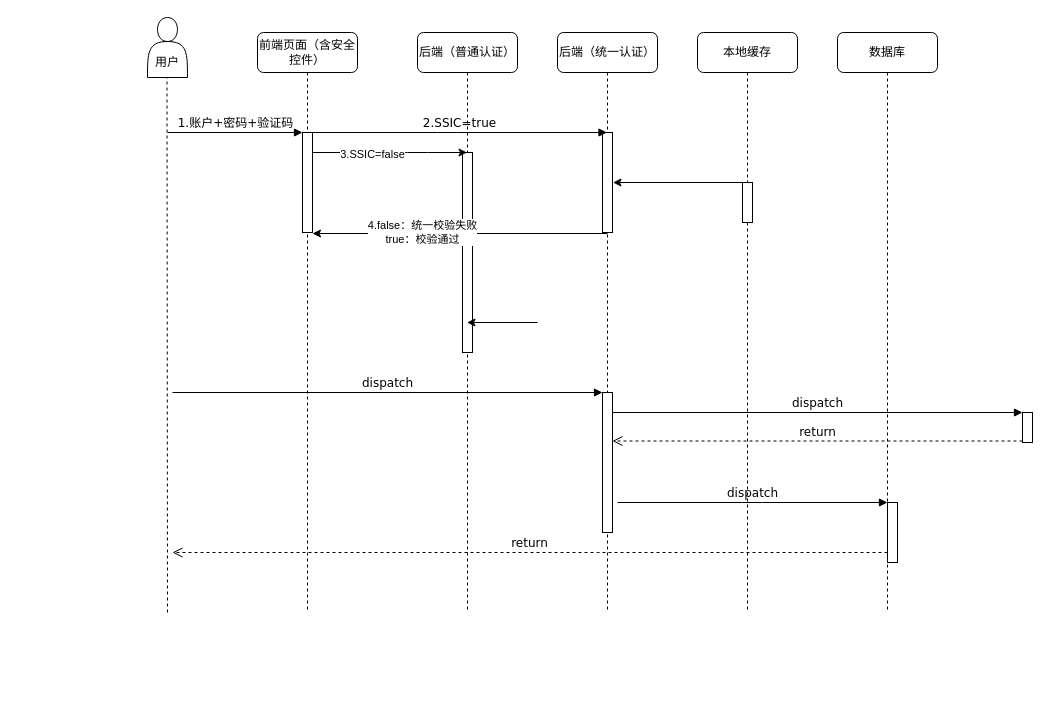
This is Untitled Diagram.drawio from qianxiaomai0316/TortoiseGitTest, a draw.io file, before an edit. Source tidied: cells renumbered, new cells numbered last; positions are measured from the earlier drawing's top-left corner, leaving out a move shared by most shapes. Both pictures are drawn from the tidied source at 100%, with x=0, y=0 at pixel (147, 17).
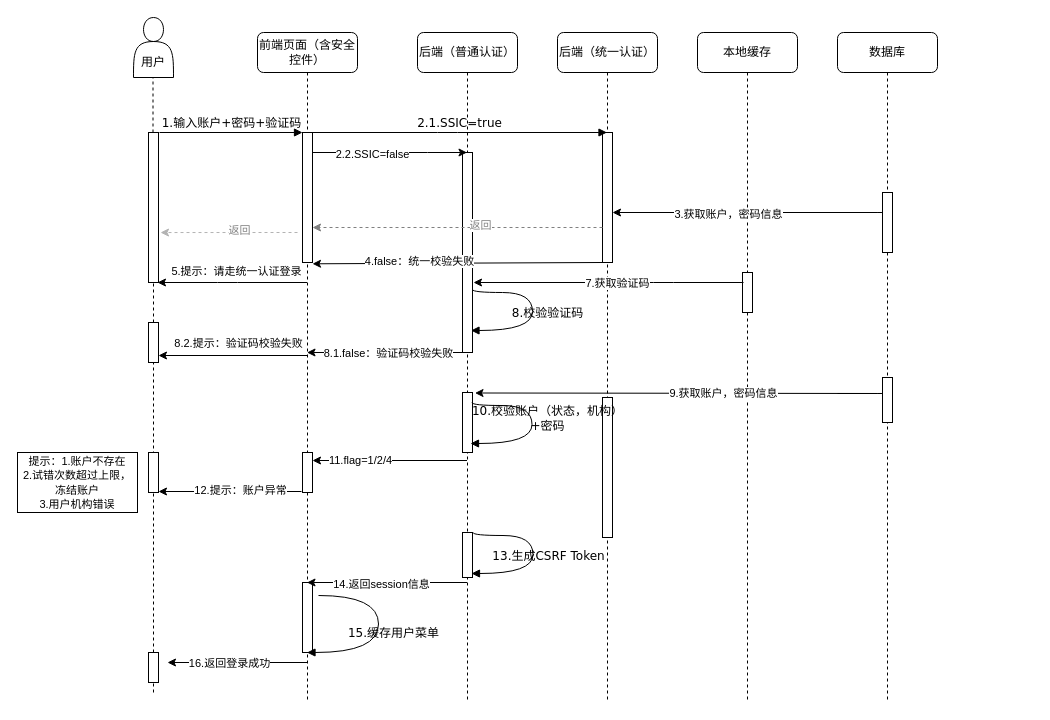
After the change.

Unchanged cells that the change refers to:
```xml
<mxCell id="5" style="html=1;points=[];perimeter=orthogonalPerimeter;rounded=0;shadow=0;comic=0;labelBackgroundColor=none;strokeWidth=1;fontFamily=Verdana;fontSize=12;align=center;" parent="4" vertex="1">
  <mxGeometry x="45" y="120" width="10" height="200" as="geometry" />
</mxCell>
<mxCell id="23" style="endArrow=classic;html=1;strokeColor=#000000;" parent="1" edge="1" source="3" target="4">
  <mxGeometry relative="1" as="geometry">
    <Array as="points">
      <mxPoint x="240" y="135" />
      <mxPoint x="270" y="135" />
    </Array>
  </mxGeometry>
</mxCell>
```

The edit, as a diff of the source:
```diff
@@
     <mxCell id="2" value="前端页面（含安全控件）" style="shape=umlLifeline;perimeter=lifelinePerimeter;whiteSpace=wrap;html=1;outlineConnect=0;rounded=1;shadow=0;comic=0;labelBackgroundColor=none;strokeWidth=1;fontFamily=Verdana;fontSize=12;align=center;" parent="1" vertex="1">
-      <mxGeometry x="110" y="15" width="100" height="580" as="geometry" />
+      <mxGeometry x="110" y="15" width="100" height="670" as="geometry" />
     </mxCell>
     <mxCell id="3" style="html=1;points=[];perimeter=orthogonalPerimeter;rounded=0;shadow=0;comic=0;labelBackgroundColor=none;strokeWidth=1;fontFamily=Verdana;fontSize=12;align=center;" parent="2" vertex="1">
-      <mxGeometry x="45" y="100" width="10" height="100" as="geometry" />
+      <mxGeometry x="45" y="100" width="10" height="130" as="geometry" />
     </mxCell>
+    <mxCell id="29" style="html=1;points=[];perimeter=orthogonalPerimeter;rounded=0;shadow=0;comic=0;labelBackgroundColor=none;strokeWidth=1;fontFamily=Verdana;fontSize=12;align=center;" parent="2" vertex="1">
+      <mxGeometry x="45" y="420" width="10" height="40" as="geometry" />
+    </mxCell>
+    <mxCell id="30" style="html=1;perimeter=orthogonalPerimeter;rounded=0;shadow=0;comic=0;labelBackgroundColor=none;strokeWidth=1;fontFamily=Verdana;fontSize=12;align=center;" parent="2" vertex="1">
+      <mxGeometry x="45" y="550" width="10" height="70" as="geometry" />
+    </mxCell>
     <mxCell id="4" value="后端（普通认证）" style="shape=umlLifeline;perimeter=lifelinePerimeter;whiteSpace=wrap;html=1;outlineConnect=0;rounded=1;shadow=0;comic=0;labelBackgroundColor=none;strokeWidth=1;fontFamily=Verdana;fontSize=12;align=center;" parent="1" vertex="1">
-      <mxGeometry x="270" y="15" width="100" height="580" as="geometry" />
+      <mxGeometry x="270" y="15" width="100" height="670" as="geometry" />
     </mxCell>
@@
+    <mxCell id="31" style="html=1;perimeter=orthogonalPerimeter;rounded=0;shadow=0;comic=0;labelBackgroundColor=none;strokeWidth=1;fontFamily=Verdana;fontSize=12;align=center;" parent="4" vertex="1">
+      <mxGeometry x="45" y="360" width="10" height="60" as="geometry" />
+    </mxCell>
+    <mxCell id="32" style="html=1;perimeter=orthogonalPerimeter;rounded=0;shadow=0;comic=0;labelBackgroundColor=none;strokeWidth=1;fontFamily=Verdana;fontSize=12;align=center;" parent="4" vertex="1">
+      <mxGeometry x="45" y="500" width="10" height="45" as="geometry" />
+    </mxCell>
     <mxCell id="6" value="后端（统一认证）" style="shape=umlLifeline;perimeter=lifelinePerimeter;whiteSpace=wrap;html=1;outlineConnect=0;rounded=1;shadow=0;comic=0;labelBackgroundColor=none;strokeWidth=1;fontFamily=Verdana;fontSize=12;align=center;" parent="1" vertex="1">
-      <mxGeometry x="410" y="15" width="100" height="580" as="geometry" />
+      <mxGeometry x="410" y="15" width="100" height="670" as="geometry" />
     </mxCell>
     <mxCell id="7" style="html=1;points=[];perimeter=orthogonalPerimeter;rounded=0;shadow=0;comic=0;labelBackgroundColor=none;strokeWidth=1;fontFamily=Verdana;fontSize=12;align=center;" parent="6" vertex="1">
-      <mxGeometry x="45" y="100" width="10" height="100" as="geometry" />
+      <mxGeometry x="45" y="100" width="10" height="130" as="geometry" />
     </mxCell>
     <mxCell id="8" value="本地缓存" style="shape=umlLifeline;perimeter=lifelinePerimeter;whiteSpace=wrap;html=1;rounded=1;shadow=0;comic=0;labelBackgroundColor=none;strokeWidth=1;fontFamily=Verdana;fontSize=12;align=center;" parent="1" vertex="1">
-      <mxGeometry x="550" y="15" width="100" height="580" as="geometry" />
+      <mxGeometry x="550" y="15" width="100" height="670" as="geometry" />
     </mxCell>
+    <mxCell id="10" style="html=1;perimeter=orthogonalPerimeter;rounded=0;shadow=0;comic=0;labelBackgroundColor=none;strokeWidth=1;fontFamily=Verdana;fontSize=12;align=center;" parent="8" vertex="1">
+      <mxGeometry x="45" y="240" width="10" height="40" as="geometry" />
+    </mxCell>
     <mxCell id="9" value="数据库" style="shape=umlLifeline;perimeter=lifelinePerimeter;whiteSpace=wrap;html=1;rounded=1;shadow=0;comic=0;labelBackgroundColor=none;strokeWidth=1;fontFamily=Verdana;fontSize=12;align=center;" parent="1" vertex="1">
-      <mxGeometry x="690" y="15" width="100" height="580" as="geometry" />
+      <mxGeometry x="690" y="15" width="100" height="670" as="geometry" />
     </mxCell>
-    <mxCell id="10" style="html=1;perimeter=orthogonalPerimeter;rounded=0;shadow=0;comic=0;labelBackgroundColor=none;strokeWidth=1;fontFamily=Verdana;fontSize=12;align=center;" parent="1" vertex="1">
-      <mxGeometry x="595" y="165" width="10" height="40" as="geometry" />
-    </mxCell>
+    <mxCell id="33" style="html=1;perimeter=orthogonalPerimeter;rounded=0;shadow=0;comic=0;labelBackgroundColor=none;strokeWidth=1;fontFamily=Verdana;fontSize=12;align=center;" parent="9" vertex="1">
+      <mxGeometry x="45" y="160" width="10" height="60" as="geometry" />
+    </mxCell>
+    <mxCell id="34" style="html=1;perimeter=orthogonalPerimeter;rounded=0;shadow=0;comic=0;labelBackgroundColor=none;strokeWidth=1;fontFamily=Verdana;fontSize=12;align=center;" parent="9" vertex="1">
+      <mxGeometry x="45" y="345" width="10" height="45" as="geometry" />
+    </mxCell>
     <mxCell id="11" style="html=1;points=[];perimeter=orthogonalPerimeter;rounded=0;shadow=0;comic=0;labelBackgroundColor=none;strokeWidth=1;fontFamily=Verdana;fontSize=12;align=center;" parent="1" vertex="1">
-      <mxGeometry x="455" y="375" width="10" height="140" as="geometry" />
+      <mxGeometry x="455" y="380" width="10" height="140" as="geometry" />
     </mxCell>
-    <mxCell id="12" value="dispatch" style="html=1;verticalAlign=bottom;endArrow=block;entryX=0;entryY=0;labelBackgroundColor=none;fontFamily=Verdana;fontSize=12;" parent="1" edge="1" target="11">
-      <mxGeometry relative="1" as="geometry">
-        <mxPoint x="25" y="375" as="sourcePoint" />
-      </mxGeometry>
-    </mxCell>
-    <mxCell id="13" style="html=1;points=[];perimeter=orthogonalPerimeter;rounded=0;shadow=0;comic=0;labelBackgroundColor=none;strokeColor=#000000;strokeWidth=1;fillColor=#FFFFFF;fontFamily=Verdana;fontSize=12;fontColor=#000000;align=center;" parent="1" vertex="1">
-      <mxGeometry x="875" y="395" width="10" height="30" as="geometry" />
-    </mxCell>
-    <mxCell id="14" value="dispatch" style="html=1;verticalAlign=bottom;endArrow=block;entryX=0;entryY=0;labelBackgroundColor=none;fontFamily=Verdana;fontSize=12;" parent="1" edge="1" source="11" target="13">
-      <mxGeometry relative="1" as="geometry" />
-    </mxCell>
-    <mxCell id="15" value="return" style="html=1;verticalAlign=bottom;endArrow=open;dashed=1;endSize=8;exitX=0;exitY=0.95;labelBackgroundColor=none;fontFamily=Verdana;fontSize=12;" parent="1" edge="1" source="13" target="11">
-      <mxGeometry relative="1" as="geometry" />
-    </mxCell>
-    <mxCell id="16" style="html=1;points=[];perimeter=orthogonalPerimeter;rounded=0;shadow=0;comic=0;labelBackgroundColor=none;strokeWidth=1;fontFamily=Verdana;fontSize=12;align=center;" parent="1" vertex="1">
-      <mxGeometry x="740" y="485" width="10" height="60" as="geometry" />
-    </mxCell>
-    <mxCell id="17" value="dispatch" style="html=1;verticalAlign=bottom;endArrow=block;entryX=0;entryY=0;labelBackgroundColor=none;fontFamily=Verdana;fontSize=12;edgeStyle=elbowEdgeStyle;elbow=vertical;" parent="1" edge="1" target="16">
-      <mxGeometry relative="1" as="geometry">
-        <mxPoint x="470" y="485" as="sourcePoint" />
-      </mxGeometry>
-    </mxCell>
-    <mxCell id="18" value="return" style="html=1;verticalAlign=bottom;endArrow=open;dashed=1;endSize=8;labelBackgroundColor=none;fontFamily=Verdana;fontSize=12;edgeStyle=elbowEdgeStyle;elbow=vertical;" parent="1" edge="1" source="16">
-      <mxGeometry relative="1" as="geometry">
-        <mxPoint x="25" y="535" as="targetPoint" />
-        <Array as="points">
-          <mxPoint x="440" y="535" />
-        </Array>
-      </mxGeometry>
-    </mxCell>
-    <mxCell id="19" value="1.账户+密码+验证码" style="html=1;verticalAlign=bottom;endArrow=block;entryX=0;entryY=0;labelBackgroundColor=none;fontFamily=Verdana;fontSize=12;edgeStyle=elbowEdgeStyle;elbow=vertical;" parent="1" edge="1" target="3">
-      <mxGeometry relative="1" as="geometry">
-        <mxPoint x="20" y="115" as="sourcePoint" />
-      </mxGeometry>
+    <mxCell id="19" value="1.输入账户+密码+验证码" style="html=1;verticalAlign=bottom;endArrow=block;entryX=0;entryY=0;labelBackgroundColor=none;fontFamily=Verdana;fontSize=12;edgeStyle=elbowEdgeStyle;elbow=vertical;exitX=1.1;exitY=0;exitDx=0;exitDy=0;exitPerimeter=0;" parent="1" edge="1" source="38" target="3">
+      <mxGeometry relative="1" as="geometry" />
     </mxCell>
-    <mxCell id="20" value="2.SSIC=true" style="html=1;verticalAlign=bottom;endArrow=block;labelBackgroundColor=none;fontFamily=Verdana;fontSize=12;edgeStyle=elbowEdgeStyle;elbow=vertical;" parent="1" edge="1" source="3" target="6">
+    <mxCell id="20" value="2.1.SSIC=true" style="html=1;verticalAlign=bottom;endArrow=block;labelBackgroundColor=none;fontFamily=Verdana;fontSize=12;edgeStyle=elbowEdgeStyle;elbow=vertical;" parent="1" edge="1" source="3" target="6">
       <mxGeometry relative="1" as="geometry">
         <Array as="points">
           <mxPoint x="300" y="115" />
           <mxPoint x="430" y="115" />
         </Array>
       </mxGeometry>
     </mxCell>
     <mxCell id="21" value="&lt;br&gt;&lt;br&gt;用户" style="shape=actor;whiteSpace=wrap;html=1;" parent="1" vertex="1">
-      <mxGeometry width="40" height="60" as="geometry" />
+      <mxGeometry x="-14" width="40" height="60" as="geometry" />
     </mxCell>
-    <mxCell id="22" style="endArrow=none;dashed=1;html=1;" parent="1" edge="1">
+    <mxCell id="22" style="endArrow=none;dashed=1;html=1;" parent="1" edge="1" source="38">
       <mxGeometry relative="1" as="geometry">
-        <mxPoint x="20" y="595" as="sourcePoint" />
-        <mxPoint x="19.5" y="60" as="targetPoint" />
+        <mxPoint x="5.5" y="60" as="targetPoint" />
       </mxGeometry>
     </mxCell>
@@
-    <mxCell id="24" value="3.SSIC=false" style="edgeLabel;html=1;align=center;verticalAlign=middle;" parent="23" vertex="1">
+    <mxCell id="24" value="2.2.SSIC=false" style="edgeLabel;html=1;align=center;verticalAlign=middle;" parent="23" vertex="1">
       <mxGeometry x="-0.24" y="-1" relative="1" as="geometry" />
     </mxCell>
-    <mxCell id="25" style="endArrow=classic;html=1;strokeColor=#000000;entryX=1;entryY=1.01;entryDx=0;entryDy=0;entryPerimeter=0;" parent="1" edge="1" target="3">
-      <mxGeometry relative="1" as="geometry">
-        <mxPoint x="460" y="216" as="sourcePoint" />
-      </mxGeometry>
+    <mxCell id="25" style="endArrow=classic;html=1;strokeColor=#000000;entryX=1;entryY=1.01;entryDx=0;entryDy=0;entryPerimeter=0;" parent="1" edge="1" source="7" target="3">
+      <mxGeometry relative="1" as="geometry" />
     </mxCell>
-    <mxCell id="26" value="4.false：统一校验失败&lt;br&gt;true：校验通过" style="edgeLabel;html=1;align=center;verticalAlign=middle;" parent="25" vertex="1">
+    <mxCell id="26" value="4.false：统一校验失败" style="edgeLabel;html=1;align=center;verticalAlign=middle;" parent="25" vertex="1">
       <mxGeometry x="0.26" y="-2" relative="1" as="geometry" />
     </mxCell>
-    <mxCell id="27" style="endArrow=classic;html=1;strokeColor=#000000;" parent="1" edge="1">
-      <mxGeometry relative="1" as="geometry">
-        <mxPoint x="595" y="165" as="sourcePoint" />
-        <mxPoint x="465.5" y="165" as="targetPoint" />
-        <Array as="points">
-          <mxPoint x="555.5" y="165" />
-          <mxPoint x="525.5" y="165" />
-        </Array>
-      </mxGeometry>
-    </mxCell>
-    <mxCell id="28" style="endArrow=classic;html=1;strokeColor=#000000;" parent="1" edge="1" target="4">
+    <mxCell id="28" style="endArrow=classic;html=1;strokeColor=#000000;" parent="1" edge="1">
       <mxGeometry relative="1" as="geometry">
-        <mxPoint x="390" y="305" as="sourcePoint" />
+        <mxPoint x="675" y="195" as="sourcePoint" />
+        <mxPoint x="465" y="195" as="targetPoint" />
+        <Array as="points">
+          <mxPoint x="740" y="195" />
+        </Array>
       </mxGeometry>
     </mxCell>
+    <mxCell id="35" value="3.获取账户，密码信息" style="edgeLabel;html=1;align=center;verticalAlign=middle;" parent="28" vertex="1">
+      <mxGeometry x="0.48" y="1" relative="1" as="geometry">
+        <mxPoint x="27" as="offset" />
+      </mxGeometry>
+    </mxCell>
+    <mxCell id="36" style="endArrow=classic;html=1;strokeColor=#000000;" parent="1" edge="1" source="2">
+      <mxGeometry relative="1" as="geometry">
+        <mxPoint x="10" y="265" as="targetPoint" />
+        <Array as="points">
+          <mxPoint x="80" y="265" />
+        </Array>
+      </mxGeometry>
+    </mxCell>
+    <mxCell id="37" value="5.提示：请走统一认证登录" style="edgeLabel;html=1;align=center;verticalAlign=middle;" parent="36" vertex="1">
+      <mxGeometry x="-0.05" y="2" relative="1" as="geometry">
+        <mxPoint y="-14" as="offset" />
+      </mxGeometry>
+    </mxCell>
+    <mxCell id="38" style="html=1;points=[];perimeter=orthogonalPerimeter;rounded=0;shadow=0;comic=0;labelBackgroundColor=none;strokeWidth=1;fontFamily=Verdana;fontSize=12;align=center;" parent="1" vertex="1">
+      <mxGeometry x="1" y="115" width="10" height="150" as="geometry" />
+    </mxCell>
+    <mxCell id="39" style="endArrow=none;dashed=1;html=1;" parent="1" edge="1" source="47" target="38">
+      <mxGeometry relative="1" as="geometry" />
+    </mxCell>
+    <mxCell id="40" style="endArrow=classic;html=1;strokeColor=#000000;exitX=0.5;exitY=0.25;exitDx=0;exitDy=0;exitPerimeter=0;" parent="1" edge="1">
+      <mxGeometry relative="1" as="geometry">
+        <mxPoint x="596" y="265" as="sourcePoint" />
+        <mxPoint x="326" y="265" as="targetPoint" />
+        <Array as="points">
+          <mxPoint x="516" y="265" />
+        </Array>
+      </mxGeometry>
+    </mxCell>
+    <mxCell id="41" value="7.获取验证码" style="edgeLabel;html=1;align=center;verticalAlign=middle;" parent="40" vertex="1">
+      <mxGeometry x="0.7" y="-1" relative="1" as="geometry">
+        <mxPoint x="103" y="1" as="offset" />
+      </mxGeometry>
+    </mxCell>
+    <mxCell id="42" style="endArrow=classic;html=1;strokeColor=#000000;" parent="1" edge="1">
+      <mxGeometry relative="1" as="geometry">
+        <mxPoint x="690" y="376" as="sourcePoint" />
+        <mxPoint x="327.5" y="375.5" as="targetPoint" />
+        <Array as="points">
+          <mxPoint x="740" y="376" />
+        </Array>
+      </mxGeometry>
+    </mxCell>
+    <mxCell id="43" value="9.获取账户，密码信息" style="edgeLabel;html=1;align=center;verticalAlign=middle;" parent="42" vertex="1">
+      <mxGeometry x="0.48" y="1" relative="1" as="geometry">
+        <mxPoint x="128" y="-1.6" as="offset" />
+      </mxGeometry>
+    </mxCell>
+    <mxCell id="44" value="8.校验验证码" style="html=1;verticalAlign=bottom;endArrow=block;labelBackgroundColor=none;fontFamily=Verdana;fontSize=12;elbow=vertical;edgeStyle=orthogonalEdgeStyle;curved=1;exitX=1;exitY=0.685;exitDx=0;exitDy=0;exitPerimeter=0;" parent="1" edge="1" source="5">
+      <mxGeometry x="0.14" y="15" relative="1" as="geometry">
+        <mxPoint x="323.5" y="313" as="targetPoint" />
+        <Array as="points">
+          <mxPoint x="325" y="275" />
+          <mxPoint x="385" y="275" />
+          <mxPoint x="385" y="313" />
+        </Array>
+      </mxGeometry>
+    </mxCell>
+    <mxCell id="45" style="endArrow=classic;html=1;strokeColor=#000000;exitX=0.3;exitY=0.995;exitDx=0;exitDy=0;exitPerimeter=0;" parent="1" edge="1" target="2">
+      <mxGeometry relative="1" as="geometry">
+        <mxPoint x="318" y="335" as="sourcePoint" />
+      </mxGeometry>
+    </mxCell>
+    <mxCell id="46" value="8.1.false：验证码校验失败" style="edgeLabel;html=1;align=center;verticalAlign=middle;" parent="45" vertex="1">
+      <mxGeometry x="0.6" y="-1" relative="1" as="geometry">
+        <mxPoint x="49" y="1" as="offset" />
+      </mxGeometry>
+    </mxCell>
+    <mxCell id="47" style="html=1;points=[];perimeter=orthogonalPerimeter;rounded=0;shadow=0;comic=0;labelBackgroundColor=none;strokeWidth=1;fontFamily=Verdana;fontSize=12;align=center;" parent="1" vertex="1">
+      <mxGeometry x="1" y="305" width="10" height="40" as="geometry" />
+    </mxCell>
+    <mxCell id="48" style="endArrow=none;dashed=1;html=1;" parent="1" edge="1" source="62" target="47">
+      <mxGeometry relative="1" as="geometry" />
+    </mxCell>
+    <mxCell id="49" style="endArrow=classic;html=1;strokeColor=#000000;entryX=1;entryY=0.825;entryDx=0;entryDy=0;entryPerimeter=0;" parent="1" edge="1" source="2" target="47">
+      <mxGeometry relative="1" as="geometry" />
+    </mxCell>
+    <mxCell id="50" value="8.2.提示：验证码校验失败" style="edgeLabel;html=1;align=center;verticalAlign=middle;" parent="49" vertex="1">
+      <mxGeometry x="0.3" y="1" relative="1" as="geometry">
+        <mxPoint x="27.5" y="-14" as="offset" />
+      </mxGeometry>
+    </mxCell>
+    <mxCell id="51" value="10.校验账户（状态，机构）&lt;br&gt;+密码" style="html=1;verticalAlign=bottom;endArrow=block;labelBackgroundColor=none;fontFamily=Verdana;fontSize=12;elbow=vertical;edgeStyle=orthogonalEdgeStyle;curved=1;exitX=1;exitY=0.685;exitDx=0;exitDy=0;exitPerimeter=0;" parent="1" edge="1">
+      <mxGeometry x="0.14" y="15" relative="1" as="geometry">
+        <mxPoint x="324.5" y="385" as="sourcePoint" />
+        <mxPoint x="323" y="426" as="targetPoint" />
+        <Array as="points">
+          <mxPoint x="324.5" y="388" />
+          <mxPoint x="384.5" y="388" />
+          <mxPoint x="384.5" y="426" />
+        </Array>
+      </mxGeometry>
+    </mxCell>
+    <mxCell id="52" style="endArrow=classic;html=1;strokeColor=#000000;" parent="1" edge="1" source="4">
+      <mxGeometry relative="1" as="geometry">
+        <mxPoint x="165" y="443" as="targetPoint" />
+      </mxGeometry>
+    </mxCell>
+    <mxCell id="53" value="11.flag=1/2/4" style="edgeLabel;html=1;align=center;verticalAlign=middle;" parent="52" vertex="1">
+      <mxGeometry x="0.38" y="-1" relative="1" as="geometry" />
+    </mxCell>
+    <mxCell id="54" style="html=1;points=[];perimeter=orthogonalPerimeter;rounded=0;shadow=0;comic=0;labelBackgroundColor=none;strokeWidth=1;fontFamily=Verdana;fontSize=12;align=center;" parent="1" vertex="1">
+      <mxGeometry x="1" y="435" width="10" height="40" as="geometry" />
+    </mxCell>
+    <mxCell id="55" style="endArrow=classic;html=1;strokeColor=#000000;exitX=-0.1;exitY=0.975;exitDx=0;exitDy=0;exitPerimeter=0;" parent="1" edge="1" source="29" target="54">
+      <mxGeometry relative="1" as="geometry" />
+    </mxCell>
+    <mxCell id="56" value="12.提示：账户异常" style="edgeLabel;html=1;align=center;verticalAlign=middle;" parent="55" vertex="1">
+      <mxGeometry x="-0.13" y="-2" relative="1" as="geometry" />
+    </mxCell>
+    <mxCell id="57" value="&lt;span style=&quot;font-size: 11px ; background-color: rgb(255 , 255 , 255)&quot;&gt;提示：1.账户不存在&lt;/span&gt;&lt;br style=&quot;font-size: 11px&quot;&gt;&lt;span style=&quot;font-size: 11px ; background-color: rgb(255 , 255 , 255)&quot;&gt;2.试错次数超过上限，冻结账户&lt;br&gt;&lt;/span&gt;&lt;span style=&quot;font-size: 11px ; background-color: rgb(255 , 255 , 255)&quot;&gt;3.用户机构错误&lt;/span&gt;" style="whiteSpace=wrap;html=1;" parent="1" vertex="1">
+      <mxGeometry x="-130" y="435" width="120" height="60" as="geometry" />
+    </mxCell>
+    <mxCell id="58" value="13.生成CSRF Token" style="html=1;verticalAlign=bottom;endArrow=block;labelBackgroundColor=none;fontFamily=Verdana;fontSize=12;elbow=vertical;edgeStyle=orthogonalEdgeStyle;curved=1;exitX=1;exitY=0.685;exitDx=0;exitDy=0;exitPerimeter=0;" parent="1" edge="1">
+      <mxGeometry x="0.14" y="15" relative="1" as="geometry">
+        <mxPoint x="325.5" y="515" as="sourcePoint" />
+        <mxPoint x="324" y="556" as="targetPoint" />
+        <Array as="points">
+          <mxPoint x="325.5" y="518" />
+          <mxPoint x="385.5" y="518" />
+          <mxPoint x="385.5" y="556" />
+        </Array>
+      </mxGeometry>
+    </mxCell>
+    <mxCell id="59" style="endArrow=classic;html=1;strokeColor=#000000;" parent="1" edge="1" source="4" target="2">
+      <mxGeometry relative="1" as="geometry">
+        <Array as="points">
+          <mxPoint x="200" y="565" />
+        </Array>
+      </mxGeometry>
+    </mxCell>
+    <mxCell id="60" value="14.返回session信息" style="edgeLabel;html=1;align=center;verticalAlign=middle;" parent="59" vertex="1">
+      <mxGeometry x="0.09" y="1" relative="1" as="geometry">
+        <mxPoint x="1" as="offset" />
+      </mxGeometry>
+    </mxCell>
+    <mxCell id="61" value="15.缓存用户菜单" style="html=1;verticalAlign=bottom;endArrow=block;labelBackgroundColor=none;fontFamily=Verdana;fontSize=12;elbow=vertical;edgeStyle=orthogonalEdgeStyle;curved=1;" parent="1" edge="1" target="2">
+      <mxGeometry x="0.14" y="15" relative="1" as="geometry">
+        <mxPoint x="171" y="578" as="sourcePoint" />
+        <Array as="points">
+          <mxPoint x="231" y="578" />
+          <mxPoint x="231" y="635" />
+        </Array>
+      </mxGeometry>
+    </mxCell>
+    <mxCell id="62" style="html=1;points=[];perimeter=orthogonalPerimeter;rounded=0;shadow=0;comic=0;labelBackgroundColor=none;strokeWidth=1;fontFamily=Verdana;fontSize=12;align=center;" parent="1" vertex="1">
+      <mxGeometry x="1" y="635" width="10" height="30" as="geometry" />
+    </mxCell>
+    <mxCell id="63" style="endArrow=none;dashed=1;html=1;" parent="1" edge="1" target="62">
+      <mxGeometry relative="1" as="geometry">
+        <mxPoint x="6" y="675" as="sourcePoint" />
+      </mxGeometry>
+    </mxCell>
+    <mxCell id="64" style="endArrow=classic;html=1;strokeColor=#000000;" parent="1" edge="1" source="2">
+      <mxGeometry relative="1" as="geometry">
+        <mxPoint x="20" y="645" as="targetPoint" />
+        <Array as="points">
+          <mxPoint x="110" y="645" />
+        </Array>
+      </mxGeometry>
+    </mxCell>
+    <mxCell id="65" value="16.返回登录成功" style="edgeLabel;html=1;align=center;verticalAlign=middle;" parent="64" vertex="1">
+      <mxGeometry x="0.67" y="-2" relative="1" as="geometry">
+        <mxPoint x="37.5" y="2" as="offset" />
+      </mxGeometry>
+    </mxCell>
+    <mxCell id="66" style="endArrow=classic;html=1;dashed=1;strokeColor=#808080;" parent="1" edge="1">
+      <mxGeometry relative="1" as="geometry">
+        <mxPoint x="455" y="210" as="sourcePoint" />
+        <mxPoint x="165" y="210" as="targetPoint" />
+      </mxGeometry>
+    </mxCell>
+    <mxCell id="67" value="&lt;font color=&quot;#808080&quot;&gt;返回&lt;/font&gt;" style="edgeLabel;html=1;align=center;verticalAlign=middle;fontColor=#4D4D4D;" parent="66" vertex="1">
+      <mxGeometry x="-0.15" y="-3" relative="1" as="geometry" />
+    </mxCell>
+    <mxCell id="68" style="endArrow=classic;html=1;dashed=1;strokeColor=#B3B3B3;entryX=1.2;entryY=0.667;entryDx=0;entryDy=0;entryPerimeter=0;" parent="1" edge="1" target="38">
+      <mxGeometry relative="1" as="geometry">
+        <mxPoint x="150" y="215" as="sourcePoint" />
+      </mxGeometry>
+    </mxCell>
+    <mxCell id="69" value="&lt;font color=&quot;#808080&quot;&gt;返回&lt;/font&gt;" style="edgeLabel;html=1;align=center;verticalAlign=middle;" parent="68" vertex="1">
+      <mxGeometry x="-0.15" y="-3" relative="1" as="geometry" />
+    </mxCell>
```
